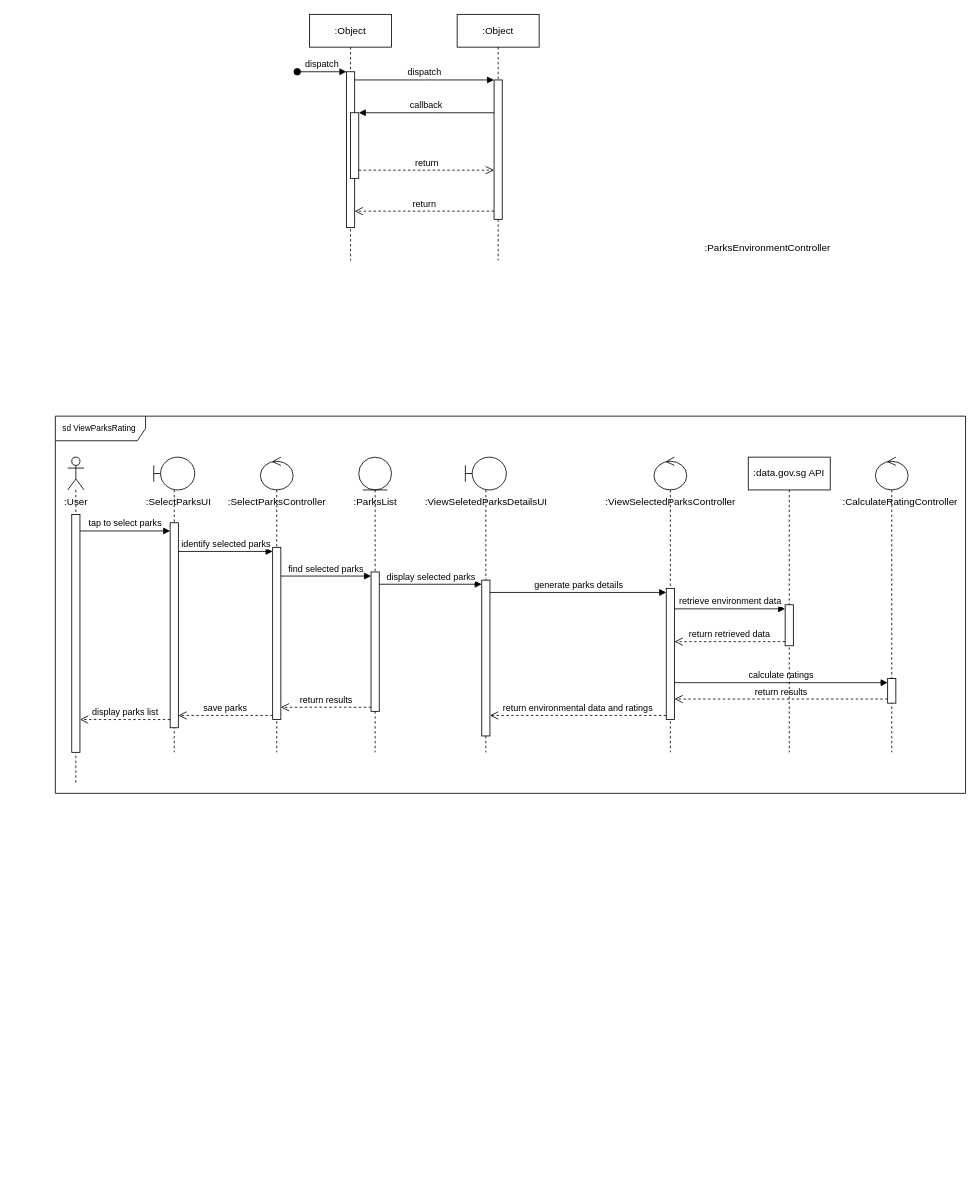
Earlier version of the draw.io diagram page "ViewParksRating" (1 of 3) of sequence.drawio (tetsuri2000/sequence-diagram-temp). Source tidied: cells renumbered, new cells numbered last; positions are measured from the earlier drawing's top-left corner, leaving out a move shared by most shapes. Both pictures are drawn from the tidied source at 82%, with x=0, y=0 at pixel (55, 14).
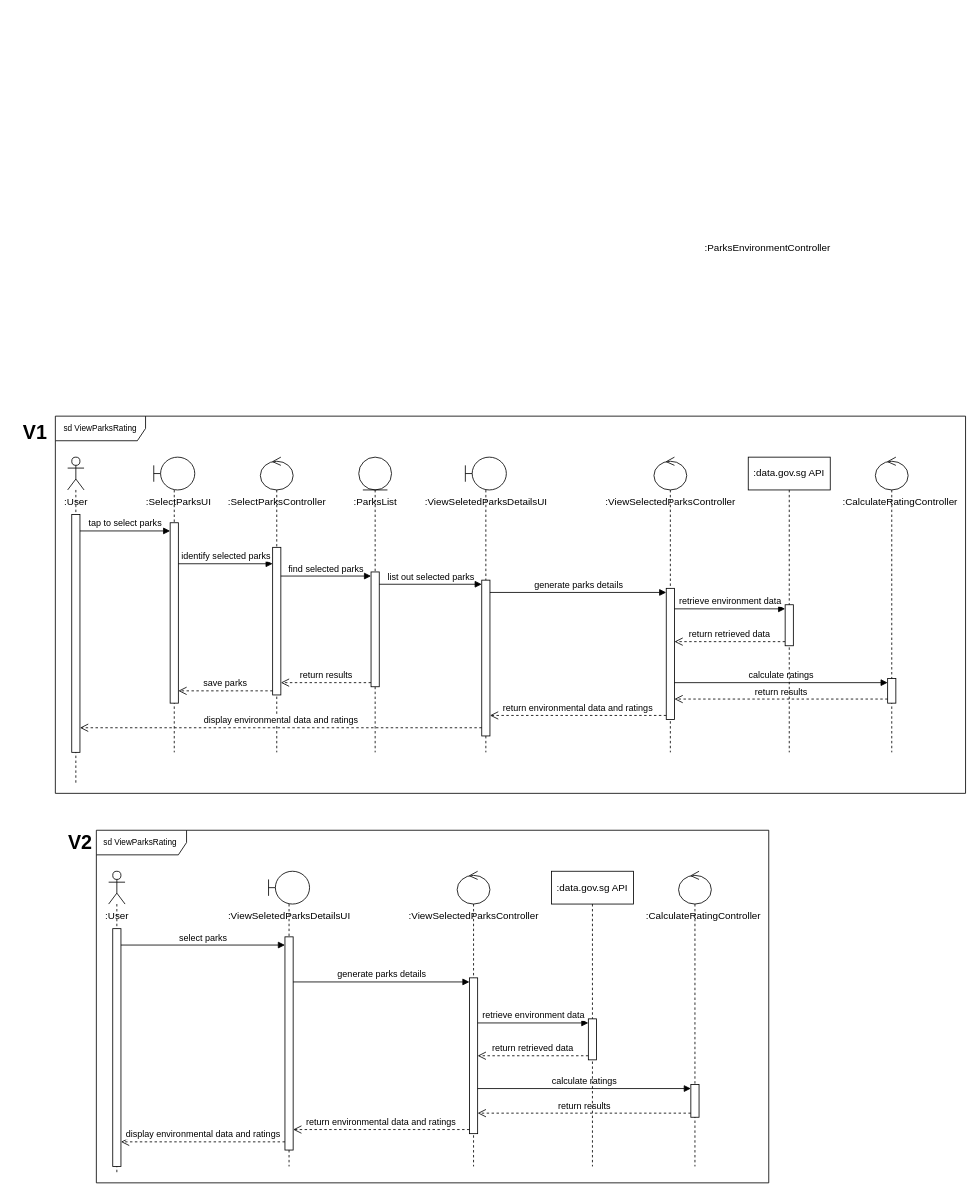
Above is the later version.

Unchanged cells that the change refers to:
```xml
<mxCell id="15" style="shape=umlLifeline;perimeter=lifelinePerimeter;whiteSpace=wrap;html=1;newEdgeStyle={&quot;curved&quot;:0,&quot;rounded&quot;:0};participant=umlBoundary;" parent="1" vertex="1">
  <mxGeometry x="120" y="540" width="50" height="360" as="geometry" />
</mxCell>
<mxCell id="19" style="shape=umlLifeline;perimeter=lifelinePerimeter;whiteSpace=wrap;html=1;newEdgeStyle={&quot;curved&quot;:0,&quot;rounded&quot;:0};participant=umlControl;size=40;" parent="1" vertex="1">
  <mxGeometry x="250" y="540" width="40" height="360" as="geometry" />
</mxCell>
<mxCell id="24" style="shape=umlLifeline;perimeter=lifelinePerimeter;whiteSpace=wrap;html=1;newEdgeStyle={&quot;curved&quot;:0,&quot;rounded&quot;:0};participant=umlEntity;" parent="1" vertex="1">
  <mxGeometry x="370" y="540" width="40" height="360" as="geometry" />
</mxCell>
<mxCell id="28" style="html=1;points=[[0,0,0,0,5],[0,1,0,0,-5],[1,0,0,0,5],[1,1,0,0,-5]];perimeter=orthogonalPerimeter;outlineConnect=0;targetShapes=umlLifeline;portConstraint=eastwest;newEdgeStyle={&quot;curved&quot;:0,&quot;rounded&quot;:0};" parent="27" vertex="1">
  <mxGeometry x="20" y="150" width="10" height="190" as="geometry" />
</mxCell>
```

What changed in the source:
```diff
@@
-    <mxCell id="2" value=":Object" style="shape=umlLifeline;perimeter=lifelinePerimeter;whiteSpace=wrap;html=1;newEdgeStyle={&quot;edgeStyle&quot;:&quot;elbowEdgeStyle&quot;,&quot;elbow&quot;:&quot;vertical&quot;,&quot;curved&quot;:0,&quot;rounded&quot;:0};" parent="1" vertex="1">
-      <mxGeometry x="310" width="100" height="300" as="geometry" />
-    </mxCell>
-    <mxCell id="3" style="html=1;points=[];perimeter=orthogonalPerimeter;outlineConnect=0;targetShapes=umlLifeline;portConstraint=eastwest;newEdgeStyle={&quot;edgeStyle&quot;:&quot;elbowEdgeStyle&quot;,&quot;elbow&quot;:&quot;vertical&quot;,&quot;curved&quot;:0,&quot;rounded&quot;:0};" parent="2" vertex="1">
-      <mxGeometry x="45" y="70" width="10" height="190" as="geometry" />
-    </mxCell>
-    <mxCell id="4" value="dispatch" style="html=1;verticalAlign=bottom;startArrow=oval;endArrow=block;startSize=8;edgeStyle=elbowEdgeStyle;elbow=vertical;curved=0;rounded=0;" parent="2" edge="1" target="3">
-      <mxGeometry relative="1" as="geometry">
-        <mxPoint x="-15" y="70" as="sourcePoint" />
-      </mxGeometry>
-    </mxCell>
-    <mxCell id="5" style="html=1;points=[];perimeter=orthogonalPerimeter;outlineConnect=0;targetShapes=umlLifeline;portConstraint=eastwest;newEdgeStyle={&quot;edgeStyle&quot;:&quot;elbowEdgeStyle&quot;,&quot;elbow&quot;:&quot;vertical&quot;,&quot;curved&quot;:0,&quot;rounded&quot;:0};" parent="2" vertex="1">
-      <mxGeometry x="50" y="120" width="10" height="80" as="geometry" />
-    </mxCell>
-    <mxCell id="6" value=":Object" style="shape=umlLifeline;perimeter=lifelinePerimeter;whiteSpace=wrap;html=1;newEdgeStyle={&quot;edgeStyle&quot;:&quot;elbowEdgeStyle&quot;,&quot;elbow&quot;:&quot;vertical&quot;,&quot;curved&quot;:0,&quot;rounded&quot;:0};" parent="1" vertex="1">
-      <mxGeometry x="490" width="100" height="300" as="geometry" />
-    </mxCell>
-    <mxCell id="7" style="html=1;points=[];perimeter=orthogonalPerimeter;outlineConnect=0;targetShapes=umlLifeline;portConstraint=eastwest;newEdgeStyle={&quot;edgeStyle&quot;:&quot;elbowEdgeStyle&quot;,&quot;elbow&quot;:&quot;vertical&quot;,&quot;curved&quot;:0,&quot;rounded&quot;:0};" parent="6" vertex="1">
-      <mxGeometry x="45" y="80" width="10" height="170" as="geometry" />
-    </mxCell>
-    <mxCell id="8" value="dispatch" style="html=1;verticalAlign=bottom;endArrow=block;edgeStyle=elbowEdgeStyle;elbow=vertical;curved=0;rounded=0;" parent="1" edge="1" source="3" target="7">
-      <mxGeometry relative="1" as="geometry">
-        <Array as="points">
-          <mxPoint x="450" y="80" />
-        </Array>
-      </mxGeometry>
-    </mxCell>
-    <mxCell id="9" value="return" style="html=1;verticalAlign=bottom;endArrow=open;dashed=1;endSize=8;edgeStyle=elbowEdgeStyle;elbow=vertical;curved=0;rounded=0;" parent="1" edge="1" source="7" target="3">
-      <mxGeometry relative="1" as="geometry">
-        <Array as="points">
-          <mxPoint x="460" y="240" />
-        </Array>
-      </mxGeometry>
-    </mxCell>
-    <mxCell id="10" value="callback" style="html=1;verticalAlign=bottom;endArrow=block;edgeStyle=elbowEdgeStyle;elbow=vertical;curved=0;rounded=0;" parent="1" edge="1" source="7" target="5">
-      <mxGeometry relative="1" as="geometry">
-        <Array as="points">
-          <mxPoint x="460" y="120" />
-        </Array>
-      </mxGeometry>
-    </mxCell>
-    <mxCell id="11" value="return" style="html=1;verticalAlign=bottom;endArrow=open;dashed=1;endSize=8;edgeStyle=elbowEdgeStyle;elbow=vertical;curved=0;rounded=0;" parent="1" edge="1" source="5" target="7">
-      <mxGeometry relative="1" as="geometry">
-        <Array as="points">
-          <mxPoint x="450" y="190" />
-        </Array>
-      </mxGeometry>
-    </mxCell>
-    <mxCell id="12" value="&lt;font style=&quot;font-size: 10px;&quot;&gt;sd ViewParksRating&amp;nbsp;&lt;/font&gt;" style="shape=umlFrame;whiteSpace=wrap;html=1;width=110;height=30;" parent="1" vertex="1">
+    <mxCell id="12" value="&lt;font style=&quot;font-size: 10px;&quot;&gt;sd ViewParksRating&lt;/font&gt;" style="shape=umlFrame;whiteSpace=wrap;html=1;width=110;height=30;" parent="1" vertex="1">
       <mxGeometry y="490" width="1110" height="460" as="geometry" />
     </mxCell>
@@
     <mxCell id="16" style="html=1;points=[[0,0,0,0,5],[0,1,0,0,-5],[1,0,0,0,5],[1,1,0,0,-5]];perimeter=orthogonalPerimeter;outlineConnect=0;targetShapes=umlLifeline;portConstraint=eastwest;newEdgeStyle={&quot;curved&quot;:0,&quot;rounded&quot;:0};" parent="15" vertex="1">
-      <mxGeometry x="20" y="80" width="10" height="250" as="geometry" />
+      <mxGeometry x="20" y="80" width="10" height="220" as="geometry" />
     </mxCell>
@@
     <mxCell id="20" style="html=1;points=[[0,0,0,0,5],[0,1,0,0,-5],[1,0,0,0,5],[1,1,0,0,-5]];perimeter=orthogonalPerimeter;outlineConnect=0;targetShapes=umlLifeline;portConstraint=eastwest;newEdgeStyle={&quot;curved&quot;:0,&quot;rounded&quot;:0};" parent="19" vertex="1">
-      <mxGeometry x="15" y="110" width="10" height="210" as="geometry" />
+      <mxGeometry x="15" y="110" width="10" height="180" as="geometry" />
     </mxCell>
@@
-    <mxCell id="23" value="identify selected parks" style="html=1;verticalAlign=bottom;endArrow=block;curved=0;rounded=0;entryX=0;entryY=0;entryDx=0;entryDy=5;" parent="1" edge="1" source="16" target="20">
-      <mxGeometry relative="1" as="geometry" />
+    <mxCell id="23" value="identify selected parks" style="html=1;verticalAlign=bottom;endArrow=block;curved=0;rounded=0;entryX=0;entryY=0;entryDx=0;entryDy=5;" parent="1" edge="1">
+      <mxGeometry relative="1" as="geometry">
+        <mxPoint x="150" y="670" as="sourcePoint" />
+        <mxPoint x="265" y="670" as="targetPoint" />
+      </mxGeometry>
     </mxCell>
@@
     <mxCell id="25" style="html=1;points=[[0,0,0,0,5],[0,1,0,0,-5],[1,0,0,0,5],[1,1,0,0,-5]];perimeter=orthogonalPerimeter;outlineConnect=0;targetShapes=umlLifeline;portConstraint=eastwest;newEdgeStyle={&quot;curved&quot;:0,&quot;rounded&quot;:0};" parent="24" vertex="1">
-      <mxGeometry x="15" y="140" width="10" height="170" as="geometry" />
+      <mxGeometry x="15" y="140" width="10" height="140" as="geometry" />
     </mxCell>
@@
-    <mxCell id="38" value="display parks list" style="html=1;verticalAlign=bottom;endArrow=open;dashed=1;endSize=8;curved=0;rounded=0;exitX=0;exitY=1;exitDx=0;exitDy=-5;" parent="1" edge="1">
-      <mxGeometry relative="1" as="geometry">
-        <mxPoint x="140" y="860" as="sourcePoint" />
-        <mxPoint x="30" y="860" as="targetPoint" />
-      </mxGeometry>
-    </mxCell>
@@
-    <mxCell id="44" value="display selected parks" style="html=1;verticalAlign=bottom;endArrow=block;curved=0;rounded=0;entryX=0;entryY=0;entryDx=0;entryDy=5;" parent="1" edge="1" source="25" target="28">
+    <mxCell id="44" value="list out selected parks" style="html=1;verticalAlign=bottom;endArrow=block;curved=0;rounded=0;entryX=0;entryY=0;entryDx=0;entryDy=5;" parent="1" edge="1" source="25" target="28">
       <mxGeometry relative="1" as="geometry" />
     </mxCell>
@@
+    <mxCell id="50" value="display environmental data and ratings" style="html=1;verticalAlign=bottom;endArrow=open;dashed=1;endSize=8;curved=0;rounded=0;" parent="1" edge="1">
+      <mxGeometry relative="1" as="geometry">
+        <mxPoint x="520" y="870" as="sourcePoint" />
+        <mxPoint x="30" y="870" as="targetPoint" />
+      </mxGeometry>
+    </mxCell>
+    <mxCell id="51" value="&lt;font style=&quot;font-size: 10px;&quot;&gt;sd ViewParksRating&amp;nbsp;&lt;/font&gt;" style="shape=umlFrame;whiteSpace=wrap;html=1;width=110;height=30;" parent="1" vertex="1">
+      <mxGeometry x="50" y="995" width="820" height="430" as="geometry" />
+    </mxCell>
+    <mxCell id="52" style="shape=umlLifeline;perimeter=lifelinePerimeter;whiteSpace=wrap;html=1;newEdgeStyle={&quot;curved&quot;:0,&quot;rounded&quot;:0};participant=umlActor;" parent="1" vertex="1">
+      <mxGeometry x="65" y="1045" width="20" height="370" as="geometry" />
+    </mxCell>
+    <mxCell id="53" style="html=1;perimeter=orthogonalPerimeter;targetShapes=umlLifeline;newEdgeStyle={&quot;curved&quot;:0,&quot;rounded&quot;:0};" parent="52" vertex="1">
+      <mxGeometry x="5" y="70" width="10" height="290" as="geometry" />
+    </mxCell>
+    <mxCell id="54" value=":User" style="text;html=1;align=center;verticalAlign=middle;strokeColor=none;fillColor=none;fontSize=12;" parent="1" vertex="1">
+      <mxGeometry x="50" y="1085" width="50" height="30" as="geometry" />
+    </mxCell>
+    <mxCell id="55" style="shape=umlLifeline;perimeter=lifelinePerimeter;whiteSpace=wrap;html=1;newEdgeStyle={&quot;curved&quot;:0,&quot;rounded&quot;:0};participant=umlBoundary;" parent="1" vertex="1">
+      <mxGeometry x="260" y="1045" width="50" height="360" as="geometry" />
+    </mxCell>
+    <mxCell id="56" style="html=1;points=[[0,0,0,0,5],[0,1,0,0,-5],[1,0,0,0,5],[1,1,0,0,-5]];perimeter=orthogonalPerimeter;outlineConnect=0;targetShapes=umlLifeline;portConstraint=eastwest;newEdgeStyle={&quot;curved&quot;:0,&quot;rounded&quot;:0};" parent="55" vertex="1">
+      <mxGeometry x="20" y="80" width="10" height="260" as="geometry" />
+    </mxCell>
+    <mxCell id="57" value=":ViewSeletedParksDetailsUI" style="text;html=1;align=center;verticalAlign=middle;strokeColor=none;fillColor=none;" parent="1" vertex="1">
+      <mxGeometry x="200" y="1085" width="170" height="30" as="geometry" />
+    </mxCell>
+    <mxCell id="58" style="shape=umlLifeline;perimeter=lifelinePerimeter;whiteSpace=wrap;html=1;newEdgeStyle={&quot;curved&quot;:0,&quot;rounded&quot;:0};participant=umlControl;" parent="1" vertex="1">
+      <mxGeometry x="490" y="1045" width="40" height="360" as="geometry" />
+    </mxCell>
+    <mxCell id="59" style="html=1;points=[[0,0,0,0,5],[0,1,0,0,-5],[1,0,0,0,5],[1,1,0,0,-5]];perimeter=orthogonalPerimeter;outlineConnect=0;targetShapes=umlLifeline;portConstraint=eastwest;newEdgeStyle={&quot;curved&quot;:0,&quot;rounded&quot;:0};" parent="58" vertex="1">
+      <mxGeometry x="15" y="130" width="10" height="190" as="geometry" />
+    </mxCell>
+    <mxCell id="60" value=":ViewSelectedParksController" style="text;html=1;align=center;verticalAlign=middle;strokeColor=none;fillColor=none;" parent="1" vertex="1">
+      <mxGeometry x="420" y="1085" width="180" height="30" as="geometry" />
+    </mxCell>
+    <mxCell id="61" style="shape=umlLifeline;perimeter=lifelinePerimeter;whiteSpace=wrap;html=1;newEdgeStyle={&quot;curved&quot;:0,&quot;rounded&quot;:0};participant=umlControl;" parent="1" vertex="1">
+      <mxGeometry x="760" y="1045" width="40" height="360" as="geometry" />
+    </mxCell>
+    <mxCell id="62" style="html=1;points=[[0,0,0,0,5],[0,1,0,0,-5],[1,0,0,0,5],[1,1,0,0,-5]];perimeter=orthogonalPerimeter;outlineConnect=0;targetShapes=umlLifeline;portConstraint=eastwest;newEdgeStyle={&quot;curved&quot;:0,&quot;rounded&quot;:0};" parent="61" vertex="1">
+      <mxGeometry x="15" y="260" width="10" height="40" as="geometry" />
+    </mxCell>
+    <mxCell id="63" value=":CalculateRatingController" style="text;html=1;align=center;verticalAlign=middle;strokeColor=none;fillColor=none;" parent="1" vertex="1">
+      <mxGeometry x="710" y="1085" width="160" height="30" as="geometry" />
+    </mxCell>
+    <mxCell id="64" value="return retrieved data" style="html=1;verticalAlign=bottom;endArrow=open;dashed=1;endSize=8;curved=0;rounded=0;exitX=0;exitY=1;exitDx=0;exitDy=-5;" parent="1" edge="1" target="59">
+      <mxGeometry relative="1" as="geometry">
+        <mxPoint x="650" y="1270" as="sourcePoint" />
+      </mxGeometry>
+    </mxCell>
+    <mxCell id="65" value="retrieve environment data" style="html=1;verticalAlign=bottom;endArrow=block;curved=0;rounded=0;entryX=0;entryY=0;entryDx=0;entryDy=5;" parent="1" edge="1" source="59">
+      <mxGeometry relative="1" as="geometry">
+        <mxPoint x="650" y="1230" as="targetPoint" />
+      </mxGeometry>
+    </mxCell>
+    <mxCell id="66" value="generate parks details" style="html=1;verticalAlign=bottom;endArrow=block;curved=0;rounded=0;entryX=0;entryY=0;entryDx=0;entryDy=5;" parent="1" edge="1" source="56" target="59">
+      <mxGeometry relative="1" as="geometry" />
+    </mxCell>
+    <mxCell id="67" value="return environmental data and ratings" style="html=1;verticalAlign=bottom;endArrow=open;dashed=1;endSize=8;curved=0;rounded=0;exitX=0;exitY=1;exitDx=0;exitDy=-5;" parent="1" edge="1" source="59" target="56">
+      <mxGeometry relative="1" as="geometry" />
+    </mxCell>
+    <mxCell id="68" value="calculate ratings" style="html=1;verticalAlign=bottom;endArrow=block;curved=0;rounded=0;entryX=0;entryY=0;entryDx=0;entryDy=5;" parent="1" edge="1" source="59" target="62">
+      <mxGeometry relative="1" as="geometry" />
+    </mxCell>
+    <mxCell id="69" value="return results" style="html=1;verticalAlign=bottom;endArrow=open;dashed=1;endSize=8;curved=0;rounded=0;exitX=0;exitY=1;exitDx=0;exitDy=-5;" parent="1" edge="1" source="62" target="59">
+      <mxGeometry relative="1" as="geometry" />
+    </mxCell>
+    <mxCell id="70" value="&lt;span style=&quot;text-wrap-mode: nowrap;&quot;&gt;:data.gov.sg API&lt;/span&gt;" style="shape=umlLifeline;perimeter=lifelinePerimeter;whiteSpace=wrap;html=1;newEdgeStyle={&quot;curved&quot;:0,&quot;rounded&quot;:0};" parent="1" vertex="1">
+      <mxGeometry x="605" y="1045" width="100" height="360" as="geometry" />
+    </mxCell>
+    <mxCell id="71" style="html=1;perimeter=orthogonalPerimeter;targetShapes=umlLifeline;newEdgeStyle={&quot;curved&quot;:0,&quot;rounded&quot;:0};" parent="70" vertex="1">
+      <mxGeometry x="45" y="180" width="10" height="50" as="geometry" />
+    </mxCell>
+    <mxCell id="72" value="select parks" style="html=1;verticalAlign=bottom;endArrow=block;curved=0;rounded=0;" parent="1" edge="1" target="56">
+      <mxGeometry relative="1" as="geometry">
+        <mxPoint x="80" y="1135" as="sourcePoint" />
+      </mxGeometry>
+    </mxCell>
+    <mxCell id="73" value="display environmental data and ratings" style="html=1;verticalAlign=bottom;endArrow=open;dashed=1;endSize=8;curved=0;rounded=0;" parent="1" edge="1" source="56">
+      <mxGeometry relative="1" as="geometry">
+        <mxPoint x="80" y="1375" as="targetPoint" />
+      </mxGeometry>
+    </mxCell>
+    <mxCell id="74" value="&lt;b&gt;&lt;font style=&quot;font-size: 24px;&quot;&gt;V2&lt;/font&gt;&lt;/b&gt;" style="text;html=1;align=center;verticalAlign=middle;strokeColor=none;fillColor=none;" parent="1" vertex="1">
+      <mxGeometry x="5" y="990" width="50" height="40" as="geometry" />
+    </mxCell>
+    <mxCell id="75" value="&lt;b&gt;&lt;font style=&quot;font-size: 24px;&quot;&gt;V1&lt;/font&gt;&lt;/b&gt;" style="text;html=1;align=center;verticalAlign=middle;strokeColor=none;fillColor=none;" parent="1" vertex="1">
+      <mxGeometry x="-50" y="490" width="50" height="40" as="geometry" />
+    </mxCell>
```
